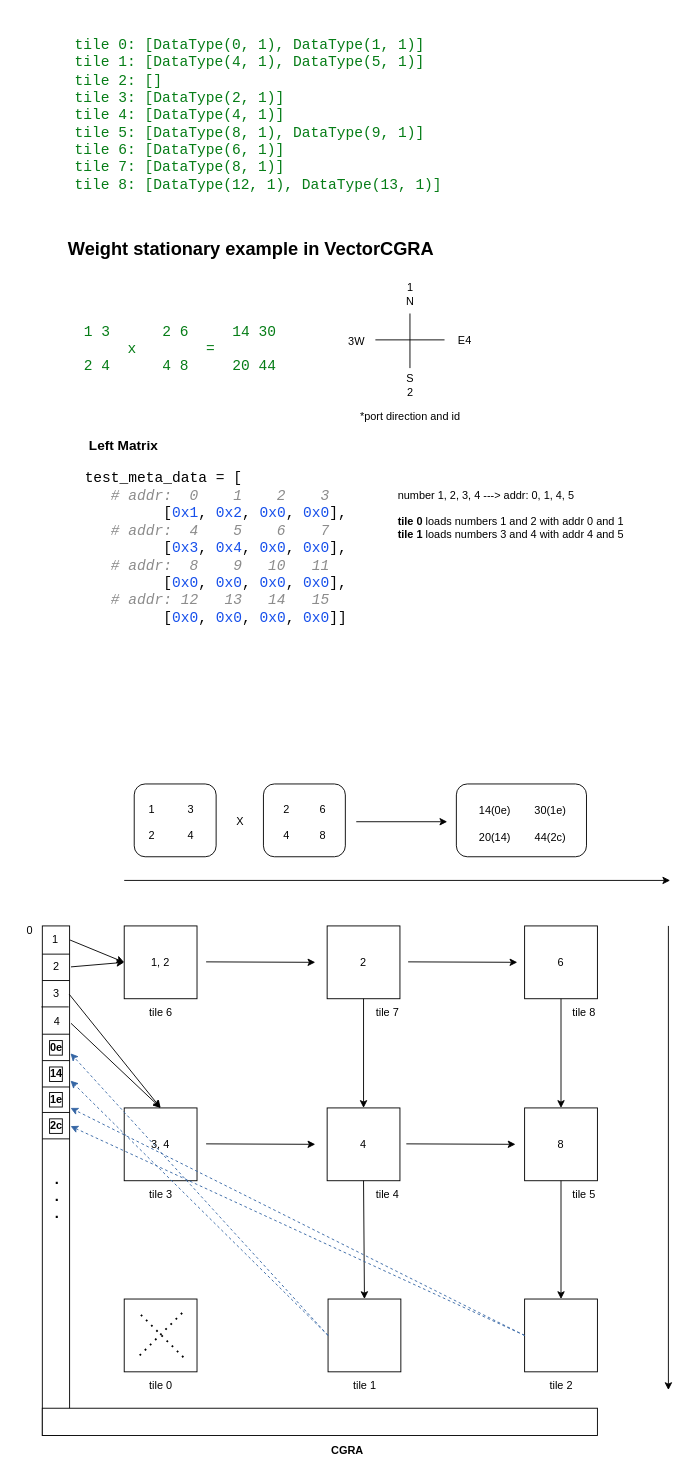
Earlier version of the draw.io diagram page "CgraRTL Weight stationary example in VectorCGRA" (6 of 8) of Untitled Diagram.drawio (yuqisun/notes). Source tidied: cells renumbered, new cells numbered last; positions are measured from the earlier drawing's top-left corner, leaving out a move shared by most shapes. Both pictures are drawn from the tidied source at 91%, with x=0, y=0 at pixel (15, 15).
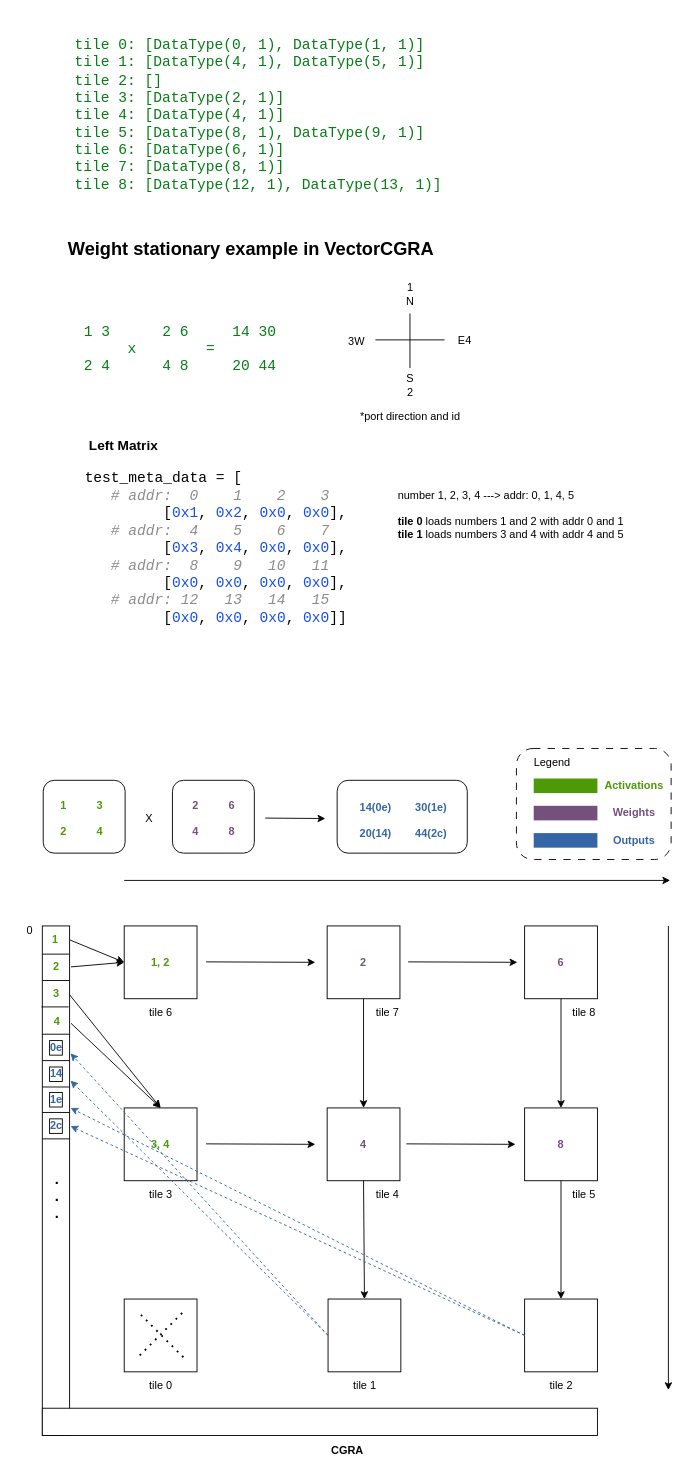
The same diagram, later.

Diff of the diagram source:
```diff
@@
+    <mxCell id="85" style="rounded=1;whiteSpace=wrap;html=1;dashed=1;dashPattern=8 8;" parent="1" vertex="1">
+      <mxGeometry x="550" y="805" width="170" height="122" as="geometry" />
+    </mxCell>
@@
-    <mxCell id="15" value="1, 2" style="whiteSpace=wrap;html=1;" parent="1" vertex="1">
+    <mxCell id="15" value="&lt;span style=&quot;color: light-dark(rgb(78, 154, 6), rgb(237, 237, 237));&quot;&gt;&lt;b&gt;1, 2&lt;/b&gt;&lt;/span&gt;" style="whiteSpace=wrap;html=1;" parent="1" vertex="1">
       <mxGeometry x="119" y="1000" width="80" height="80" as="geometry" />
     </mxCell>
-    <mxCell id="16" value="2" style="whiteSpace=wrap;html=1;" parent="1" vertex="1">
+    <mxCell id="16" value="&lt;b&gt;&lt;span style=&quot;&quot;&gt;2&lt;/span&gt;&lt;/b&gt;" style="whiteSpace=wrap;html=1;fontColor=light-dark(#75507b, #ededed);" parent="1" vertex="1">
       <mxGeometry x="342" y="1000" width="80" height="80" as="geometry" />
     </mxCell>
-    <mxCell id="17" value="6" style="whiteSpace=wrap;html=1;" parent="1" vertex="1">
+    <mxCell id="17" value="6" style="whiteSpace=wrap;html=1;fontStyle=1;fontColor=light-dark(#75507b, #ededed);" parent="1" vertex="1">
       <mxGeometry x="559" y="1000" width="80" height="80" as="geometry" />
     </mxCell>
-    <mxCell id="18" value="3, 4" style="whiteSpace=wrap;html=1;" parent="1" vertex="1">
+    <mxCell id="18" value="&lt;span style=&quot;color: light-dark(rgb(78, 154, 6), rgb(237, 237, 237));&quot;&gt;&lt;b&gt;3, 4&lt;/b&gt;&lt;/span&gt;" style="whiteSpace=wrap;html=1;" parent="1" vertex="1">
       <mxGeometry x="119" y="1200" width="80" height="80" as="geometry" />
     </mxCell>
-    <mxCell id="19" value="4" style="whiteSpace=wrap;html=1;" parent="1" vertex="1">
+    <mxCell id="19" value="4" style="whiteSpace=wrap;html=1;fontStyle=1;fontColor=light-dark(#75507b, #ededed);" parent="1" vertex="1">
       <mxGeometry x="342" y="1200" width="80" height="80" as="geometry" />
     </mxCell>
-    <mxCell id="20" value="8" style="whiteSpace=wrap;html=1;" parent="1" vertex="1">
+    <mxCell id="20" value="8" style="whiteSpace=wrap;html=1;fontStyle=1;fontColor=light-dark(#75507b, #ededed);" parent="1" vertex="1">
       <mxGeometry x="559" y="1200" width="80" height="80" as="geometry" />
     </mxCell>
@@
     <mxCell id="42" style="rounded=1;whiteSpace=wrap;html=1;" parent="1" vertex="1">
-      <mxGeometry x="130" y="844" width="90" height="80" as="geometry" />
+      <mxGeometry x="30" y="840" width="90" height="80" as="geometry" />
     </mxCell>
-    <mxCell id="43" value="1&lt;div&gt;&lt;br&gt;&lt;/div&gt;&lt;div&gt;2&lt;/div&gt;" style="text;html=1;align=center;verticalAlign=middle;strokeColor=none;fillColor=none;" parent="1" vertex="1">
-      <mxGeometry x="134" y="856" width="30" height="60" as="geometry" />
+    <mxCell id="43" value="1&lt;div&gt;&lt;br&gt;&lt;/div&gt;&lt;div&gt;2&lt;/div&gt;" style="text;html=1;align=center;verticalAlign=middle;strokeColor=none;fillColor=none;fontColor=light-dark(#4e9a06, #ededed);fontStyle=1;" parent="1" vertex="1">
+      <mxGeometry x="37" y="852" width="30" height="60" as="geometry" />
     </mxCell>
-    <mxCell id="44" value="3&lt;div&gt;&lt;br&gt;&lt;/div&gt;&lt;div&gt;4&lt;/div&gt;" style="text;html=1;align=center;verticalAlign=middle;strokeColor=none;fillColor=none;" parent="1" vertex="1">
-      <mxGeometry x="177" y="856" width="30" height="60" as="geometry" />
+    <mxCell id="44" value="3&lt;div&gt;&lt;br&gt;&lt;/div&gt;&lt;div&gt;4&lt;/div&gt;" style="text;html=1;align=center;verticalAlign=middle;strokeColor=none;fillColor=none;fontColor=light-dark(#4e9a06, #ededed);fontStyle=1;" parent="1" vertex="1">
+      <mxGeometry x="77" y="852" width="30" height="60" as="geometry" />
     </mxCell>
     <mxCell id="45" style="rounded=1;whiteSpace=wrap;html=1;" parent="1" vertex="1">
-      <mxGeometry x="272" y="844" width="90" height="80" as="geometry" />
+      <mxGeometry x="172" y="840" width="90" height="80" as="geometry" />
     </mxCell>
-    <mxCell id="46" value="2&lt;div&gt;&lt;br&gt;&lt;/div&gt;&lt;div&gt;4&lt;/div&gt;" style="text;html=1;align=center;verticalAlign=middle;strokeColor=none;fillColor=none;" parent="1" vertex="1">
-      <mxGeometry x="282" y="856" width="30" height="60" as="geometry" />
+    <mxCell id="46" value="2&lt;div&gt;&lt;br&gt;&lt;/div&gt;&lt;div&gt;4&lt;/div&gt;" style="text;html=1;align=center;verticalAlign=middle;strokeColor=none;fillColor=none;fontColor=light-dark(#75507b, #ededed);fontStyle=1;" parent="1" vertex="1">
+      <mxGeometry x="182" y="852" width="30" height="60" as="geometry" />
     </mxCell>
-    <mxCell id="47" value="6&lt;div&gt;&lt;br&gt;&lt;/div&gt;&lt;div&gt;8&lt;/div&gt;" style="text;html=1;align=center;verticalAlign=middle;strokeColor=none;fillColor=none;" parent="1" vertex="1">
-      <mxGeometry x="322" y="856" width="30" height="60" as="geometry" />
+    <mxCell id="47" value="6&lt;div&gt;&lt;br&gt;&lt;/div&gt;&lt;div&gt;8&lt;/div&gt;" style="text;html=1;align=center;verticalAlign=middle;strokeColor=none;fillColor=none;fontColor=light-dark(#75507b, #ededed);fontStyle=1;" parent="1" vertex="1">
+      <mxGeometry x="222" y="852" width="30" height="60" as="geometry" />
     </mxCell>
     <mxCell id="48" value="X" style="text;html=1;align=center;verticalAlign=middle;strokeColor=none;fillColor=none;" parent="1" vertex="1">
-      <mxGeometry x="231" y="871" width="30" height="30" as="geometry" />
+      <mxGeometry x="131" y="867" width="30" height="30" as="geometry" />
     </mxCell>
     <mxCell id="49" style="edgeStyle=none;orthogonalLoop=1;jettySize=auto;html=1;rounded=0;" parent="1" edge="1">
       <mxGeometry relative="1" as="geometry">
-        <mxPoint x="374" y="885.5" as="sourcePoint" />
-        <mxPoint x="474" y="885.5" as="targetPoint" />
+        <mxPoint x="274" y="881.5" as="sourcePoint" />
+        <mxPoint x="340" y="882" as="targetPoint" />
       </mxGeometry>
     </mxCell>
     <mxCell id="50" style="rounded=1;whiteSpace=wrap;html=1;" parent="1" vertex="1">
-      <mxGeometry x="484" y="844" width="143" height="80" as="geometry" />
+      <mxGeometry x="353" y="840" width="143" height="80" as="geometry" />
     </mxCell>
-    <mxCell id="51" value="14(0e)&lt;div&gt;&lt;br&gt;&lt;/div&gt;&lt;div&gt;20(14)&lt;/div&gt;" style="text;html=1;align=center;verticalAlign=middle;strokeColor=none;fillColor=none;" parent="1" vertex="1">
-      <mxGeometry x="496" y="858" width="60" height="60" as="geometry" />
+    <mxCell id="51" value="14(0e)&lt;div&gt;&lt;br&gt;&lt;/div&gt;&lt;div&gt;20(14)&lt;/div&gt;" style="text;html=1;align=center;verticalAlign=middle;strokeColor=none;fillColor=none;fontColor=light-dark(#3465a4, #ededed);fontStyle=1;" parent="1" vertex="1">
+      <mxGeometry x="365" y="854" width="60" height="60" as="geometry" />
     </mxCell>
-    <mxCell id="52" value="30(1e)&lt;div&gt;&lt;br&gt;&lt;/div&gt;&lt;div&gt;44(2c)&lt;/div&gt;" style="text;html=1;align=center;verticalAlign=middle;strokeColor=none;fillColor=none;" parent="1" vertex="1">
-      <mxGeometry x="557" y="858" width="60" height="60" as="geometry" />
+    <mxCell id="52" value="30(1e)&lt;div&gt;&lt;br&gt;&lt;/div&gt;&lt;div&gt;44(2c)&lt;/div&gt;" style="text;html=1;align=center;verticalAlign=middle;strokeColor=none;fillColor=none;fontColor=light-dark(#3465a4, #ededed);fontStyle=1;" parent="1" vertex="1">
+      <mxGeometry x="426" y="854" width="60" height="60" as="geometry" />
     </mxCell>
@@
-    <mxCell id="62" value="1" style="text;html=1;align=center;verticalAlign=middle;points=[];strokeColor=none;fillColor=none;" parent="1" vertex="1">
+    <mxCell id="62" value="1" style="text;html=1;align=center;verticalAlign=middle;points=[];strokeColor=none;fillColor=none;fontColor=light-dark(#4e9a06, #ededed);fontStyle=1;" parent="1" vertex="1">
       <mxGeometry x="28" y="1000" width="30" height="30" as="geometry" />
     </mxCell>
-    <mxCell id="63" value="2" style="text;html=1;align=center;verticalAlign=middle;points=[];strokeColor=none;fillColor=none;" parent="1" vertex="1">
+    <mxCell id="63" value="2" style="text;html=1;align=center;verticalAlign=middle;points=[];strokeColor=none;fillColor=none;fontColor=light-dark(#4e9a06, #ededed);fontStyle=1;" parent="1" vertex="1">
       <mxGeometry x="29" y="1030" width="30" height="30" as="geometry" />
     </mxCell>
-    <mxCell id="64" value="3" style="text;html=1;align=center;verticalAlign=middle;points=[];strokeColor=none;fillColor=none;" parent="1" vertex="1">
+    <mxCell id="64" value="3" style="text;html=1;align=center;verticalAlign=middle;points=[];strokeColor=none;fillColor=none;fontColor=light-dark(#4e9a06, #ededed);fontStyle=1;" parent="1" vertex="1">
       <mxGeometry x="29" y="1060" width="30" height="30" as="geometry" />
     </mxCell>
-    <mxCell id="65" value="4" style="text;html=1;align=center;verticalAlign=middle;points=[];strokeColor=none;fillColor=none;" parent="1" vertex="1">
+    <mxCell id="65" value="4" style="text;html=1;align=center;verticalAlign=middle;points=[];strokeColor=none;fillColor=none;fontColor=light-dark(#4e9a06, #ededed);fontStyle=1;" parent="1" vertex="1">
       <mxGeometry x="30" y="1090" width="30" height="30" as="geometry" />
     </mxCell>
-    <mxCell id="66" value="0e" style="text;html=1;align=center;verticalAlign=middle;points=[];strokeColor=none;fillColor=none;fontStyle=1;labelBorderColor=default;" parent="1" vertex="1">
+    <mxCell id="66" value="0e" style="text;html=1;align=center;verticalAlign=middle;points=[];strokeColor=none;fillColor=none;fontStyle=1;labelBorderColor=default;fontColor=light-dark(#3465a4, #ededed);" parent="1" vertex="1">
       <mxGeometry x="24" y="1119" width="40" height="30" as="geometry" />
     </mxCell>
-    <mxCell id="67" value="14" style="text;html=1;align=center;verticalAlign=middle;points=[];strokeColor=none;fillColor=none;labelBorderColor=default;fontStyle=1;" parent="1" vertex="1">
+    <mxCell id="67" value="14" style="text;html=1;align=center;verticalAlign=middle;points=[];strokeColor=none;fillColor=none;labelBorderColor=default;fontStyle=1;fontColor=light-dark(#3465a4, #ededed);" parent="1" vertex="1">
       <mxGeometry x="24" y="1148" width="40" height="30" as="geometry" />
     </mxCell>
-    <mxCell id="68" value="1e" style="text;html=1;align=center;verticalAlign=middle;strokeColor=none;fillColor=none;labelBorderColor=default;fontStyle=1;" parent="1" vertex="1">
+    <mxCell id="68" value="1e" style="text;html=1;align=center;verticalAlign=middle;strokeColor=none;fillColor=none;labelBorderColor=default;fontStyle=1;fontColor=light-dark(#3465a4, #ededed);" parent="1" vertex="1">
       <mxGeometry x="24" y="1176" width="40" height="30" as="geometry" />
     </mxCell>
-    <mxCell id="69" value="2c" style="text;html=1;align=center;verticalAlign=middle;points=[];strokeColor=none;fillColor=none;labelBorderColor=default;fontStyle=1;" parent="1" vertex="1">
+    <mxCell id="69" value="2c" style="text;html=1;align=center;verticalAlign=middle;points=[];strokeColor=none;fillColor=none;labelBorderColor=default;fontStyle=1;fontColor=light-dark(#3465a4, #ededed);" parent="1" vertex="1">
       <mxGeometry x="24" y="1205" width="40" height="30" as="geometry" />
     </mxCell>
@@
+    <mxCell id="86" value="Activations" style="text;html=1;align=center;verticalAlign=middle;strokeColor=none;fillColor=none;fontColor=light-dark(#4e9a06, #ededed);fontStyle=1;" parent="1" vertex="1">
+      <mxGeometry x="639" y="831" width="80" height="30" as="geometry" />
+    </mxCell>
+    <mxCell id="87" style="rounded=0;whiteSpace=wrap;html=1;fillColor=light-dark(#4e9a06, #ededed);strokeColor=none;" parent="1" vertex="1">
+      <mxGeometry x="569" y="838" width="70" height="16" as="geometry" />
+    </mxCell>
+    <mxCell id="88" value="Legend" style="text;html=1;align=center;verticalAlign=middle;strokeColor=none;fillColor=none;" parent="1" vertex="1">
+      <mxGeometry x="559" y="806" width="60" height="30" as="geometry" />
+    </mxCell>
+    <mxCell id="89" value="Weights" style="text;html=1;align=center;verticalAlign=middle;strokeColor=none;fillColor=none;fontColor=light-dark(#75507b, #ededed);fontStyle=1;" parent="1" vertex="1">
+      <mxGeometry x="644" y="861" width="70" height="30" as="geometry" />
+    </mxCell>
+    <mxCell id="90" style="rounded=0;whiteSpace=wrap;html=1;strokeColor=none;fillColor=light-dark(#75507b, #ededed);" parent="1" vertex="1">
+      <mxGeometry x="569" y="868" width="70" height="16" as="geometry" />
+    </mxCell>
+    <mxCell id="91" value="Outputs" style="text;html=1;align=center;verticalAlign=middle;strokeColor=none;fillColor=none;fontColor=light-dark(#3465a4, #ededed);fontStyle=1;" parent="1" vertex="1">
+      <mxGeometry x="644" y="891" width="70" height="30" as="geometry" />
+    </mxCell>
+    <mxCell id="92" style="rounded=0;whiteSpace=wrap;html=1;fillColor=light-dark(#3465a4, #ededed);strokeColor=none;" parent="1" vertex="1">
+      <mxGeometry x="569" y="898" width="70" height="16" as="geometry" />
+    </mxCell>
```
